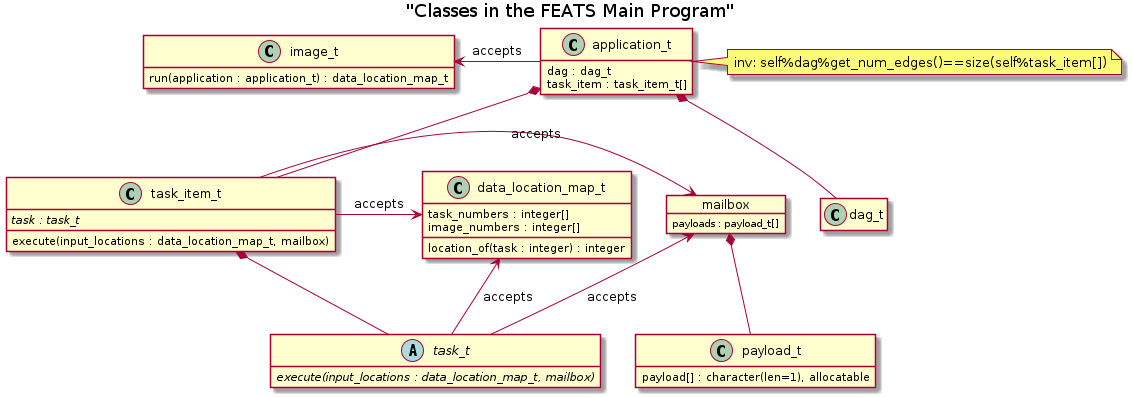
Earlier version of the PlantUML export doc/class_diagram.png (sourceryinstitute/FEATS).
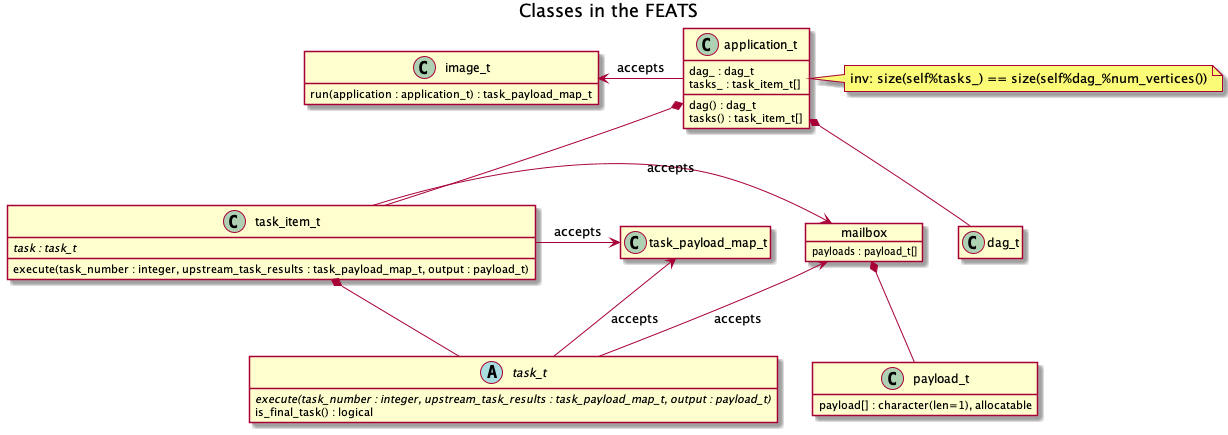
After the change.

Commit message:
WIP: updating UML diagrams

The edit, as a diff of the source:
```diff
@@ -1,13 +1,7 @@
 @startuml
-Title "Classes in the FEATS Main Program"
+Title "Classes in the FEATS"
 
 hide empty members
-
-class data_location_map_t{
-  task_numbers : integer[]
-  image_numbers : integer[]
-  location_of(task : integer) : integer
-}
 
 class payload_t{
   payload[] : character(len=1), allocatable
@@ -20,34 +14,36 @@
 mailbox *-down- payload_t
 
 abstract class task_t{
-  {abstract} execute(input_locations : data_location_map_t, mailbox)
+  {abstract} execute(task_number : integer, upstream_task_results : task_payload_map_t, output : payload_t)
+  is_final_task() : logical
 }
 class task_item_t{
   {abstract} task : task_t
-  execute(input_locations : data_location_map_t, mailbox)
+  execute(task_number : integer, upstream_task_results : task_payload_map_t, output : payload_t)
 }
 
-task_t -left-> data_location_map_t : accepts
+task_t -left-> task_payload_map_t : accepts
 task_t -left-> mailbox : accepts
 
 task_item_t *-down- task_t
-task_item_t -left-> data_location_map_t : accepts
+task_item_t -left-> task_payload_map_t : accepts
 task_item_t -left-> mailbox : accepts
 
 class dag_t{
 }
 
 class application_t{
-  dag : dag_t
-  task_item : task_item_t[]
+  dag_ : dag_t
+  tasks_ : task_item_t[]
+  dag() : dag_t
+  tasks() : task_item_t[]
 }
-note right: inv: self%dag%get_num_edges()==size(self%task_item[])
+note right: inv: size(self%tasks_) == size(self%dag_%num_vertices())
 application_t *-down- dag_t
 application_t *-down- task_item_t
 
-
 class image_t{
-  run(application : application_t) : data_location_map_t
+  run(application : application_t) : task_payload_map_t
 }
 
 application_t -left-> image_t : accepts
```
